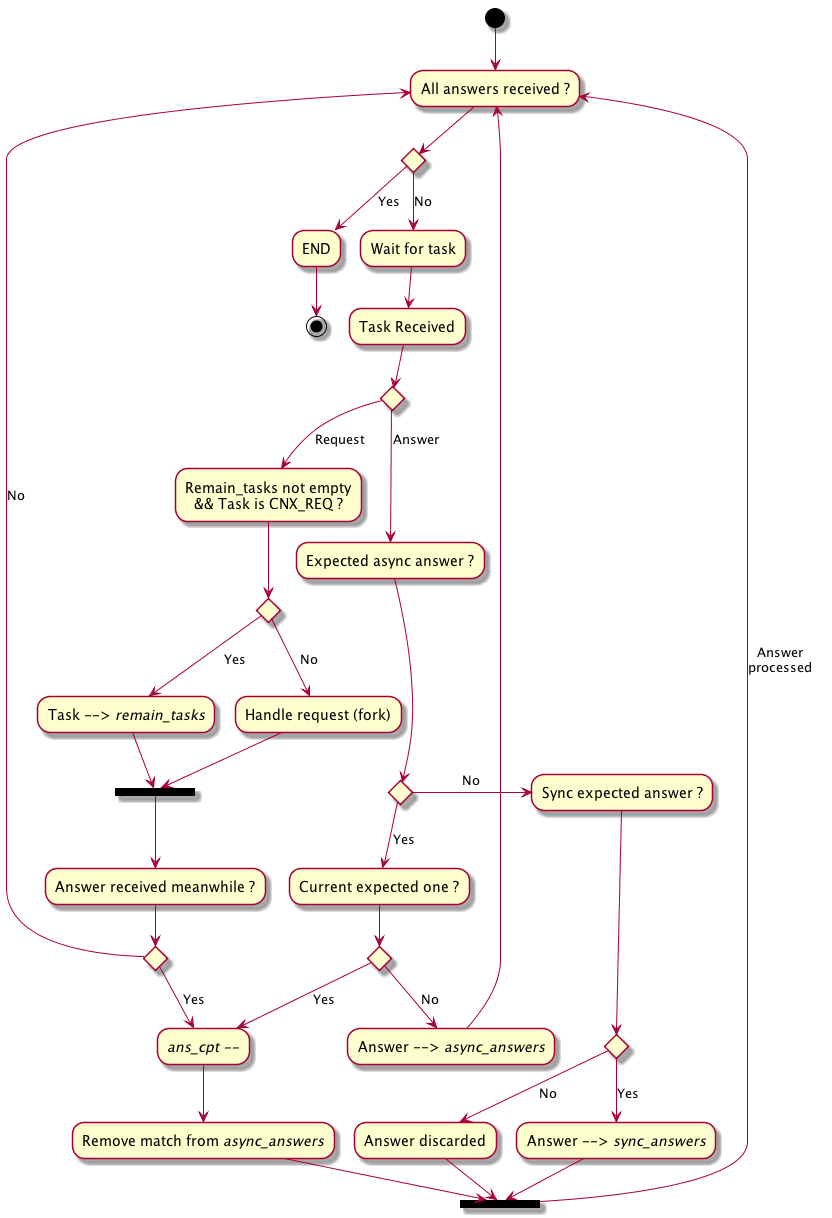
This is doc/UML/Algo_recept_Wait.png from tof25/DST, a PlantUML export, as it was before one commit.
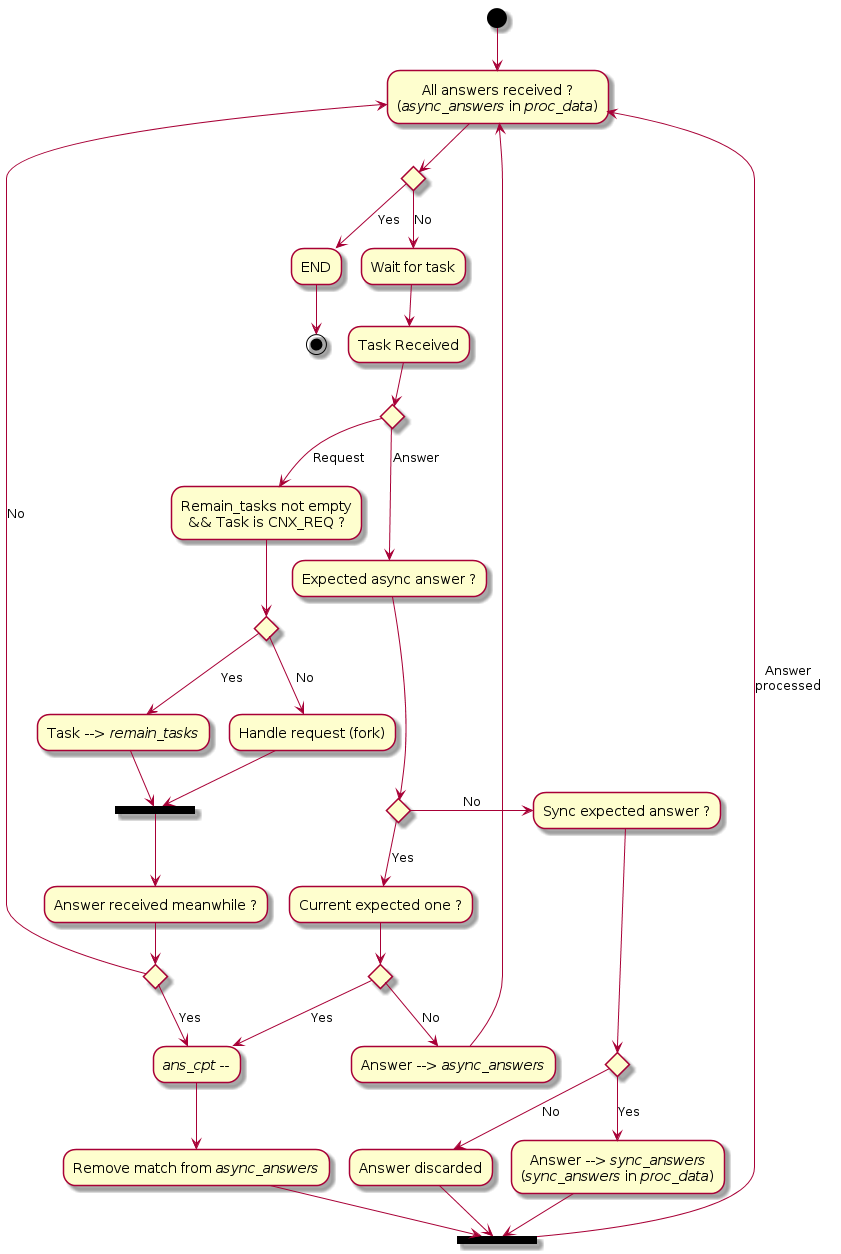
Above is the later version.

What changed in the source:
```diff
@@ -1,5 +1,5 @@
 @startuml
-(*top) -->"All answers received ?"
+(*top) -->"All answers received ?\n(<i>async_answers</i> in <i>proc_data</i>)" as st1
 
 if "" then
     -->[Yes] "END"
@@ -21,7 +21,7 @@
         if "" then
             -->[Yes] "<i>ans_cpt --</i>"
         else
-            -->[No] "All answers received ?"
+            -->[No] st1
         endif
 
     else
@@ -34,19 +34,19 @@
                 --> == ANSWER_PROCESSED ==
             else
                 -->[No] "Answer --> <i>async_answers</i>"
-                --> "All answers received ?"
+                --> st1
             endif
         else
             -right->[No] "Sync expected answer ?"
             if "" then
-                -->[Yes] "Answer --> <i>sync_answers</i>"
+                -->[Yes] "Answer --> <i>sync_answers</i>\n(<i>sync_answers</i> in <i>proc_data</i>)"
                 --> == ANSWER_PROCESSED ==
             else
                     -->[No] "Answer discarded"
                     --> == ANSWER_PROCESSED ==
             endif
         endif
-        == ANSWER_PROCESSED == -->[Answer\nprocessed] "All answers received ?"
+        == ANSWER_PROCESSED == -->[Answer\nprocessed] st1
     endif
 endif
 @enduml
```
